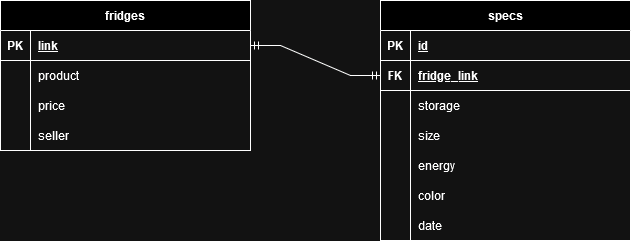
The draw.io diagram src/data_bases/model_diagam.drawio.png in juanes-grimaldos/web-scrapy-database, before a commit. Source tidied: cells renumbered, new cells last; positions are measured from the earlier drawing's top-left corner, leaving out a move shared by most shapes. Its diagram source:
```xml
<mxGraphModel>
  <root>
    <mxCell id="0" />
    <mxCell id="1" parent="0" />
    <mxCell id="2" value="fridges" style="shape=table;startSize=30;rowLines=0;fontStyle=1;align=center;" parent="1" vertex="1">
      <mxGeometry width="250" height="150" as="geometry" />
    </mxCell>
    <mxCell id="3" style="shape=partialRectangle;fillColor=none;points=[[0,0.5],[1,0.5]];portConstraint=eastwest;top=0;left=0;right=0;bottom=1;" parent="2" vertex="1">
      <mxGeometry y="30" width="250" height="30" as="geometry" />
    </mxCell>
    <mxCell id="4" value="PK" style="shape=partialRectangle;overflow=hidden;fillColor=none;top=0;left=0;bottom=0;right=0;fontStyle=1;" parent="3" vertex="1">
      <mxGeometry width="30" height="30" as="geometry" />
    </mxCell>
    <mxCell id="5" value="link" style="shape=partialRectangle;overflow=hidden;fillColor=none;top=0;left=0;bottom=0;right=0;align=left;spacingLeft=6;fontStyle=5;" parent="3" vertex="1">
      <mxGeometry x="30" width="220" height="30" as="geometry" />
    </mxCell>
    <mxCell id="6" style="shape=partialRectangle;fillColor=none;top=0;left=0;right=0;bottom=0;" parent="2" vertex="1">
      <mxGeometry y="60" width="250" height="30" as="geometry" />
    </mxCell>
    <mxCell id="7" value="&#10;" style="shape=partialRectangle;overflow=hidden;fillColor=none;top=0;left=0;bottom=0;right=0;" parent="6" vertex="1">
      <mxGeometry width="30" height="30" as="geometry" />
    </mxCell>
    <mxCell id="8" value="product" style="shape=partialRectangle;overflow=hidden;fillColor=none;top=0;left=0;bottom=0;right=0;align=left;spacingLeft=6;" parent="6" vertex="1">
      <mxGeometry x="30" width="220" height="30" as="geometry" />
    </mxCell>
    <mxCell id="9" style="shape=partialRectangle;fillColor=none;top=0;left=0;right=0;bottom=0;" parent="2" vertex="1">
      <mxGeometry y="90" width="250" height="30" as="geometry" />
    </mxCell>
    <mxCell id="10" value="&#10;" style="shape=partialRectangle;overflow=hidden;fillColor=none;top=0;left=0;bottom=0;right=0;" parent="9" vertex="1">
      <mxGeometry width="30" height="30" as="geometry" />
    </mxCell>
    <mxCell id="11" value="price" style="shape=partialRectangle;overflow=hidden;fillColor=none;top=0;left=0;bottom=0;right=0;align=left;spacingLeft=6;" parent="9" vertex="1">
      <mxGeometry x="30" width="220" height="30" as="geometry" />
    </mxCell>
    <mxCell id="12" style="shape=partialRectangle;fillColor=none;top=0;left=0;right=0;bottom=0;" parent="2" vertex="1">
      <mxGeometry y="120" width="250" height="30" as="geometry" />
    </mxCell>
    <mxCell id="13" value="&#10;" style="shape=partialRectangle;overflow=hidden;fillColor=none;top=0;left=0;bottom=0;right=0;" parent="12" vertex="1">
      <mxGeometry width="30" height="30" as="geometry" />
    </mxCell>
    <mxCell id="14" value="seller" style="shape=partialRectangle;overflow=hidden;fillColor=none;top=0;left=0;bottom=0;right=0;align=left;spacingLeft=6;" parent="12" vertex="1">
      <mxGeometry x="30" width="220" height="30" as="geometry" />
    </mxCell>
    <mxCell id="15" value="specs" style="shape=table;startSize=30;rowLines=0;fontStyle=1;align=center;" parent="1" vertex="1">
      <mxGeometry x="380" width="250" height="240" as="geometry" />
    </mxCell>
    <mxCell id="16" style="shape=partialRectangle;fillColor=none;top=0;left=0;right=0;bottom=1;" parent="15" vertex="1">
      <mxGeometry y="30" width="250" height="30" as="geometry" />
    </mxCell>
    <mxCell id="17" value="PK" style="shape=partialRectangle;overflow=hidden;fillColor=none;top=0;left=0;bottom=0;right=0;fontStyle=1;" parent="16" vertex="1">
      <mxGeometry width="30" height="30" as="geometry" />
    </mxCell>
    <mxCell id="18" value="id" style="shape=partialRectangle;overflow=hidden;fillColor=none;top=0;left=0;bottom=0;right=0;align=left;spacingLeft=6;fontStyle=5;" parent="16" vertex="1">
      <mxGeometry x="30" width="220" height="30" as="geometry" />
    </mxCell>
    <mxCell id="19" style="shape=partialRectangle;fillColor=none;points=[[0,0.5],[1,0.5]];portConstraint=eastwest;top=0;left=0;right=0;bottom=1;" parent="15" vertex="1">
      <mxGeometry y="60" width="250" height="30" as="geometry" />
    </mxCell>
    <mxCell id="20" value="FK" style="shape=partialRectangle;overflow=hidden;fillColor=none;top=0;left=0;bottom=0;right=0;fontStyle=1;" parent="19" vertex="1">
      <mxGeometry width="30" height="30" as="geometry" />
    </mxCell>
    <mxCell id="21" value="fridge_link" style="shape=partialRectangle;overflow=hidden;fillColor=none;top=0;left=0;bottom=0;right=0;align=left;spacingLeft=6;fontStyle=5;" parent="19" vertex="1">
      <mxGeometry x="30" width="220" height="30" as="geometry" />
    </mxCell>
    <mxCell id="22" style="shape=partialRectangle;fillColor=none;top=0;left=0;right=0;bottom=0;" parent="15" vertex="1">
      <mxGeometry y="90" width="250" height="30" as="geometry" />
    </mxCell>
    <mxCell id="23" value="&#10;" style="shape=partialRectangle;overflow=hidden;fillColor=none;top=0;left=0;bottom=0;right=0;" parent="22" vertex="1">
      <mxGeometry width="30" height="30" as="geometry" />
    </mxCell>
    <mxCell id="24" value="storage" style="shape=partialRectangle;overflow=hidden;fillColor=none;top=0;left=0;bottom=0;right=0;align=left;spacingLeft=6;" parent="22" vertex="1">
      <mxGeometry x="30" width="220" height="30" as="geometry" />
    </mxCell>
    <mxCell id="25" style="shape=partialRectangle;fillColor=none;top=0;left=0;right=0;bottom=0;" parent="15" vertex="1">
      <mxGeometry y="120" width="250" height="30" as="geometry" />
    </mxCell>
    <mxCell id="26" value="&#10;" style="shape=partialRectangle;overflow=hidden;fillColor=none;top=0;left=0;bottom=0;right=0;" parent="25" vertex="1">
      <mxGeometry width="30" height="30" as="geometry" />
    </mxCell>
    <mxCell id="27" value="size" style="shape=partialRectangle;overflow=hidden;fillColor=none;top=0;left=0;bottom=0;right=0;align=left;spacingLeft=6;" parent="25" vertex="1">
      <mxGeometry x="30" width="220" height="30" as="geometry" />
    </mxCell>
    <mxCell id="28" style="shape=partialRectangle;fillColor=none;top=0;left=0;right=0;bottom=0;" parent="15" vertex="1">
      <mxGeometry y="150" width="250" height="30" as="geometry" />
    </mxCell>
    <mxCell id="29" value="&#10;" style="shape=partialRectangle;overflow=hidden;fillColor=none;top=0;left=0;bottom=0;right=0;" parent="28" vertex="1">
      <mxGeometry width="30" height="30" as="geometry" />
    </mxCell>
    <mxCell id="30" value="energy" style="shape=partialRectangle;overflow=hidden;fillColor=none;top=0;left=0;bottom=0;right=0;align=left;spacingLeft=6;" parent="28" vertex="1">
      <mxGeometry x="30" width="220" height="30" as="geometry" />
    </mxCell>
    <mxCell id="31" style="shape=partialRectangle;fillColor=none;top=0;left=0;right=0;bottom=0;" parent="15" vertex="1">
      <mxGeometry y="180" width="250" height="30" as="geometry" />
    </mxCell>
    <mxCell id="32" value="&#10;" style="shape=partialRectangle;overflow=hidden;fillColor=none;top=0;left=0;bottom=0;right=0;" parent="31" vertex="1">
      <mxGeometry width="30" height="30" as="geometry" />
    </mxCell>
    <mxCell id="33" value="color" style="shape=partialRectangle;overflow=hidden;fillColor=none;top=0;left=0;bottom=0;right=0;align=left;spacingLeft=6;" parent="31" vertex="1">
      <mxGeometry x="30" width="220" height="30" as="geometry" />
    </mxCell>
    <mxCell id="34" style="shape=partialRectangle;fillColor=none;top=0;left=0;right=0;bottom=0;" parent="15" vertex="1">
      <mxGeometry y="210" width="250" height="30" as="geometry" />
    </mxCell>
    <mxCell id="35" value="&#10;" style="shape=partialRectangle;overflow=hidden;fillColor=none;top=0;left=0;bottom=0;right=0;" parent="34" vertex="1">
      <mxGeometry width="30" height="30" as="geometry" />
    </mxCell>
    <mxCell id="36" value="date" style="shape=partialRectangle;overflow=hidden;fillColor=none;top=0;left=0;bottom=0;right=0;align=left;spacingLeft=6;" parent="34" vertex="1">
      <mxGeometry x="30" width="220" height="30" as="geometry" />
    </mxCell>
    <mxCell id="37" style="edgeStyle=entityRelationEdgeStyle;fontSize=12;html=1;endArrow=ERmandOne;startArrow=ERmandOne;rounded=0;exitX=0;exitY=0.5;exitDx=0;exitDy=0;" parent="1" edge="1" source="19" target="3">
      <mxGeometry relative="1" as="geometry" />
    </mxCell>
  </root>
</mxGraphModel>
```
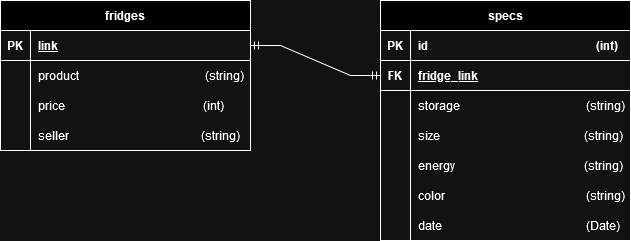
Above is the later version.

What changed in the source:
```diff
@@ -20,7 +20,7 @@
     <mxCell id="7" value="&#10;" style="shape=partialRectangle;overflow=hidden;fillColor=none;top=0;left=0;bottom=0;right=0;" parent="6" vertex="1">
       <mxGeometry width="30" height="30" as="geometry" />
     </mxCell>
-    <mxCell id="8" value="product" style="shape=partialRectangle;overflow=hidden;fillColor=none;top=0;left=0;bottom=0;right=0;align=left;spacingLeft=6;" parent="6" vertex="1">
+    <mxCell id="8" value="product                                          (string)" style="shape=partialRectangle;overflow=hidden;fillColor=none;top=0;left=0;bottom=0;right=0;align=left;spacingLeft=6;" parent="6" vertex="1">
       <mxGeometry x="30" width="220" height="30" as="geometry" />
     </mxCell>
     <mxCell id="9" style="shape=partialRectangle;fillColor=none;top=0;left=0;right=0;bottom=0;" parent="2" vertex="1">
@@ -29,7 +29,7 @@
     <mxCell id="10" value="&#10;" style="shape=partialRectangle;overflow=hidden;fillColor=none;top=0;left=0;bottom=0;right=0;" parent="9" vertex="1">
       <mxGeometry width="30" height="30" as="geometry" />
     </mxCell>
-    <mxCell id="11" value="price" style="shape=partialRectangle;overflow=hidden;fillColor=none;top=0;left=0;bottom=0;right=0;align=left;spacingLeft=6;" parent="9" vertex="1">
+    <mxCell id="11" value="price                                              (int)" style="shape=partialRectangle;overflow=hidden;fillColor=none;top=0;left=0;bottom=0;right=0;align=left;spacingLeft=6;" parent="9" vertex="1">
       <mxGeometry x="30" width="220" height="30" as="geometry" />
     </mxCell>
     <mxCell id="12" style="shape=partialRectangle;fillColor=none;top=0;left=0;right=0;bottom=0;" parent="2" vertex="1">
@@ -38,7 +38,7 @@
     <mxCell id="13" value="&#10;" style="shape=partialRectangle;overflow=hidden;fillColor=none;top=0;left=0;bottom=0;right=0;" parent="12" vertex="1">
       <mxGeometry width="30" height="30" as="geometry" />
     </mxCell>
-    <mxCell id="14" value="seller" style="shape=partialRectangle;overflow=hidden;fillColor=none;top=0;left=0;bottom=0;right=0;align=left;spacingLeft=6;" parent="12" vertex="1">
+    <mxCell id="14" value="seller                                            (string)" style="shape=partialRectangle;overflow=hidden;fillColor=none;top=0;left=0;bottom=0;right=0;align=left;spacingLeft=6;" parent="12" vertex="1">
       <mxGeometry x="30" width="220" height="30" as="geometry" />
     </mxCell>
     <mxCell id="15" value="specs" style="shape=table;startSize=30;rowLines=0;fontStyle=1;align=center;" parent="1" vertex="1">
@@ -50,7 +50,7 @@
     <mxCell id="17" value="PK" style="shape=partialRectangle;overflow=hidden;fillColor=none;top=0;left=0;bottom=0;right=0;fontStyle=1;" parent="16" vertex="1">
       <mxGeometry width="30" height="30" as="geometry" />
     </mxCell>
-    <mxCell id="18" value="id" style="shape=partialRectangle;overflow=hidden;fillColor=none;top=0;left=0;bottom=0;right=0;align=left;spacingLeft=6;fontStyle=5;" parent="16" vertex="1">
+    <mxCell id="18" value="id                                                        (int)" style="shape=partialRectangle;overflow=hidden;fillColor=none;top=0;left=0;bottom=0;right=0;align=left;spacingLeft=6;fontStyle=1;" parent="16" vertex="1">
       <mxGeometry x="30" width="220" height="30" as="geometry" />
     </mxCell>
     <mxCell id="19" style="shape=partialRectangle;fillColor=none;points=[[0,0.5],[1,0.5]];portConstraint=eastwest;top=0;left=0;right=0;bottom=1;" parent="15" vertex="1">
@@ -68,7 +68,7 @@
     <mxCell id="23" value="&#10;" style="shape=partialRectangle;overflow=hidden;fillColor=none;top=0;left=0;bottom=0;right=0;" parent="22" vertex="1">
       <mxGeometry width="30" height="30" as="geometry" />
     </mxCell>
-    <mxCell id="24" value="storage" style="shape=partialRectangle;overflow=hidden;fillColor=none;top=0;left=0;bottom=0;right=0;align=left;spacingLeft=6;" parent="22" vertex="1">
+    <mxCell id="24" value="storage                                          (string)" style="shape=partialRectangle;overflow=hidden;fillColor=none;top=0;left=0;bottom=0;right=0;align=left;spacingLeft=6;" parent="22" vertex="1">
       <mxGeometry x="30" width="220" height="30" as="geometry" />
     </mxCell>
     <mxCell id="25" style="shape=partialRectangle;fillColor=none;top=0;left=0;right=0;bottom=0;" parent="15" vertex="1">
@@ -77,7 +77,7 @@
     <mxCell id="26" value="&#10;" style="shape=partialRectangle;overflow=hidden;fillColor=none;top=0;left=0;bottom=0;right=0;" parent="25" vertex="1">
       <mxGeometry width="30" height="30" as="geometry" />
     </mxCell>
-    <mxCell id="27" value="size" style="shape=partialRectangle;overflow=hidden;fillColor=none;top=0;left=0;bottom=0;right=0;align=left;spacingLeft=6;" parent="25" vertex="1">
+    <mxCell id="27" value="size                                                (string)" style="shape=partialRectangle;overflow=hidden;fillColor=none;top=0;left=0;bottom=0;right=0;align=left;spacingLeft=6;" parent="25" vertex="1">
       <mxGeometry x="30" width="220" height="30" as="geometry" />
     </mxCell>
     <mxCell id="28" style="shape=partialRectangle;fillColor=none;top=0;left=0;right=0;bottom=0;" parent="15" vertex="1">
@@ -86,7 +86,7 @@
     <mxCell id="29" value="&#10;" style="shape=partialRectangle;overflow=hidden;fillColor=none;top=0;left=0;bottom=0;right=0;" parent="28" vertex="1">
       <mxGeometry width="30" height="30" as="geometry" />
     </mxCell>
-    <mxCell id="30" value="energy" style="shape=partialRectangle;overflow=hidden;fillColor=none;top=0;left=0;bottom=0;right=0;align=left;spacingLeft=6;" parent="28" vertex="1">
+    <mxCell id="30" value="energy                                           (string)" style="shape=partialRectangle;overflow=hidden;fillColor=none;top=0;left=0;bottom=0;right=0;align=left;spacingLeft=6;" parent="28" vertex="1">
       <mxGeometry x="30" width="220" height="30" as="geometry" />
     </mxCell>
     <mxCell id="31" style="shape=partialRectangle;fillColor=none;top=0;left=0;right=0;bottom=0;" parent="15" vertex="1">
@@ -95,7 +95,7 @@
     <mxCell id="32" value="&#10;" style="shape=partialRectangle;overflow=hidden;fillColor=none;top=0;left=0;bottom=0;right=0;" parent="31" vertex="1">
       <mxGeometry width="30" height="30" as="geometry" />
     </mxCell>
-    <mxCell id="33" value="color" style="shape=partialRectangle;overflow=hidden;fillColor=none;top=0;left=0;bottom=0;right=0;align=left;spacingLeft=6;" parent="31" vertex="1">
+    <mxCell id="33" value="color                                               (string)" style="shape=partialRectangle;overflow=hidden;fillColor=none;top=0;left=0;bottom=0;right=0;align=left;spacingLeft=6;" parent="31" vertex="1">
       <mxGeometry x="30" width="220" height="30" as="geometry" />
     </mxCell>
     <mxCell id="34" style="shape=partialRectangle;fillColor=none;top=0;left=0;right=0;bottom=0;" parent="15" vertex="1">
@@ -104,7 +104,7 @@
     <mxCell id="35" value="&#10;" style="shape=partialRectangle;overflow=hidden;fillColor=none;top=0;left=0;bottom=0;right=0;" parent="34" vertex="1">
       <mxGeometry width="30" height="30" as="geometry" />
     </mxCell>
-    <mxCell id="36" value="date" style="shape=partialRectangle;overflow=hidden;fillColor=none;top=0;left=0;bottom=0;right=0;align=left;spacingLeft=6;" parent="34" vertex="1">
+    <mxCell id="36" value="date                                                (Date)" style="shape=partialRectangle;overflow=hidden;fillColor=none;top=0;left=0;bottom=0;right=0;align=left;spacingLeft=6;" parent="34" vertex="1">
       <mxGeometry x="30" width="220" height="30" as="geometry" />
     </mxCell>
     <mxCell id="37" style="edgeStyle=entityRelationEdgeStyle;fontSize=12;html=1;endArrow=ERmandOne;startArrow=ERmandOne;rounded=0;exitX=0;exitY=0.5;exitDx=0;exitDy=0;" parent="1" edge="1" source="19" target="3">
```
